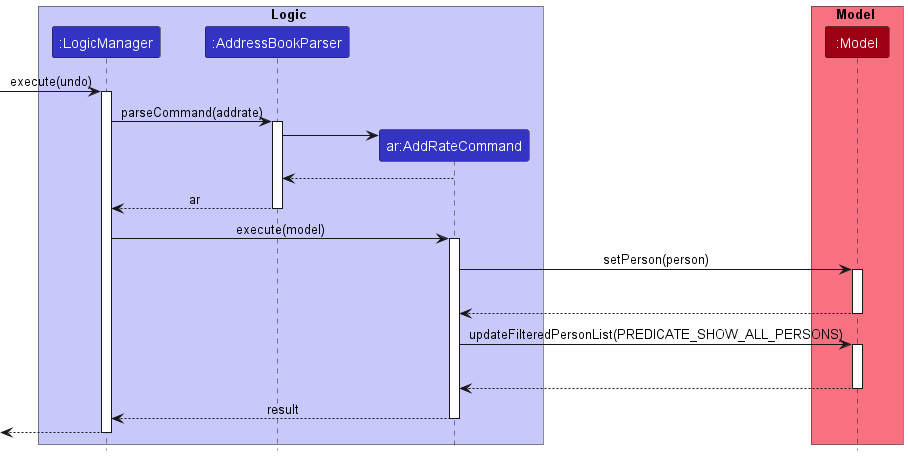
This is docs/images/AddRateSequenceDiagram.png from nus-cs2103-AY2223S1/tp, a PlantUML export, as it was before one commit.
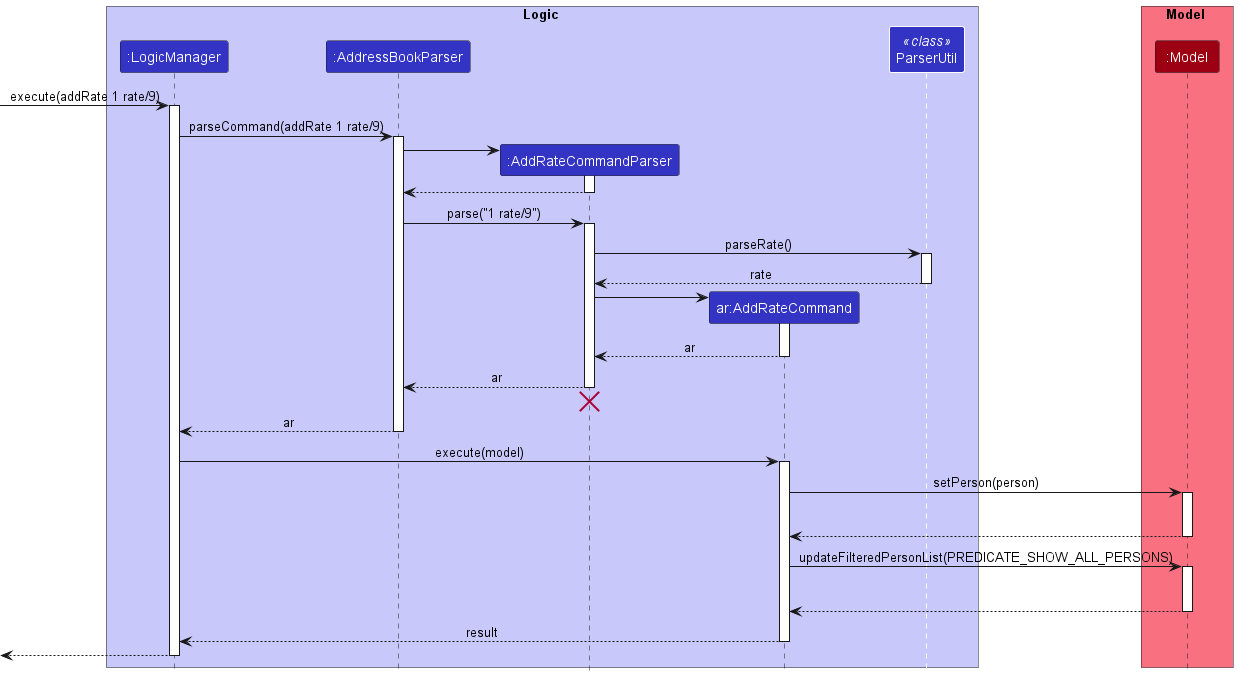
Above is the later version.

What changed in the source:
```diff
@@ -4,26 +4,51 @@
 box Logic LOGIC_COLOR_T1
 participant ":LogicManager" as LogicManager LOGIC_COLOR
 participant ":AddressBookParser" as AddressBookParser LOGIC_COLOR
+participant ":AddRateCommandParser" as AddRateCommandParser LOGIC_COLOR
 participant "ar:AddRateCommand" as AddRateCommand LOGIC_COLOR
+participant "ParserUtil" as ParserUtil << class >> LOGIC_COLOR
 end box
 
 box Model MODEL_COLOR_T1
 participant ":Model" as Model MODEL_COLOR
 end box
-[-> LogicManager : execute(undo)
+[-> LogicManager : execute(addRate 1 rate/9)
 activate LogicManager
 
-LogicManager -> AddressBookParser : parseCommand(addrate)
+LogicManager -> AddressBookParser : parseCommand(addRate 1 rate/9)
 activate AddressBookParser
 
+create AddRateCommandParser
+AddressBookParser -> AddRateCommandParser
+activate AddRateCommandParser
+
+AddRateCommandParser --> AddressBookParser
+deactivate AddRateCommandParser
+
+AddressBookParser -> AddRateCommandParser : parse("1 rate/9")
+activate AddRateCommandParser
+
+AddRateCommandParser -> ParserUtil : parseRate()
+activate ParserUtil
+
+ParserUtil --> AddRateCommandParser : rate
+deactivate ParserUtil
+
 create AddRateCommand
-AddressBookParser -> AddRateCommand
+AddRateCommandParser -> AddRateCommand
+activate AddRateCommand
 
-AddRateCommand --> AddressBookParser
+AddRateCommand --> AddRateCommandParser : ar
 deactivate AddRateCommand
+
+AddRateCommandParser --> AddressBookParser : ar
+deactivate AddRateCommandParser
+AddRateCommandParser -[hidden]-> AddressBookParser
+destroy AddRateCommandParser
 
 AddressBookParser --> LogicManager : ar
 deactivate AddressBookParser
+
 
 LogicManager -> AddRateCommand : execute(model)
 activate AddRateCommand
```
